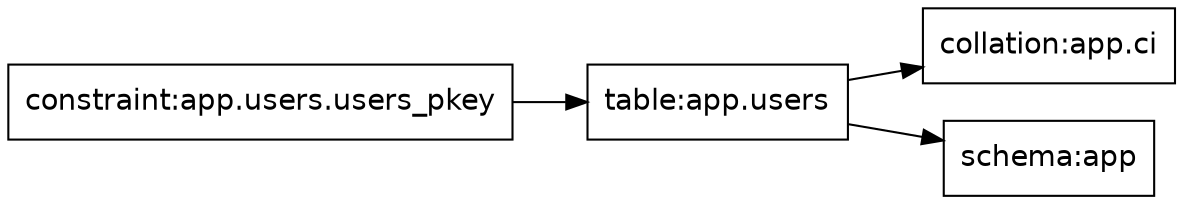
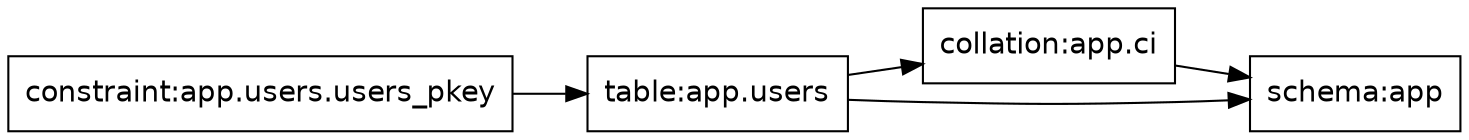
digraph pgevolve_deps {
  rankdir=LR;
  node [shape=box, fontname=Helvetica];
  "collation:app.ci";
+   "collation:app.ci" -> "schema:app" [style=solid];
  "constraint:app.users.users_pkey";
  "schema:app";
  "table:app.users";
  "table:app.users" -> "schema:app" [style=solid];
  "table:app.users" -> "collation:app.ci" [style=solid];
  "constraint:app.users.users_pkey" -> "table:app.users" [style=solid];
}
